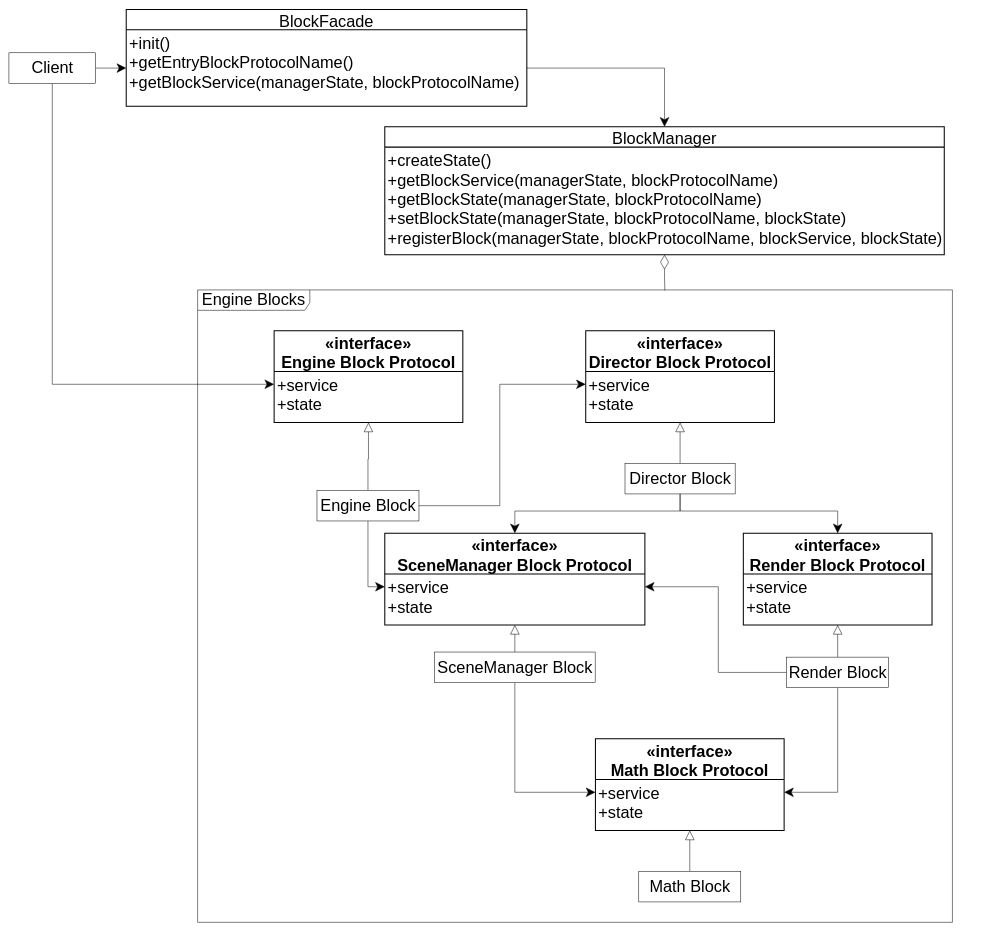
yyc-git/3DProgramPattern keeps this draw.io diagram as packages/积木模式/story_improve/UML.drawio. Above is the earlier version. Source tidied: cells renumbered, new cells numbered last; positions are measured from the earlier drawing's top-left corner, leaving out a move shared by most shapes. Both pictures are drawn from the tidied source at 51%, with x=0, y=0 at pixel (9, 9).
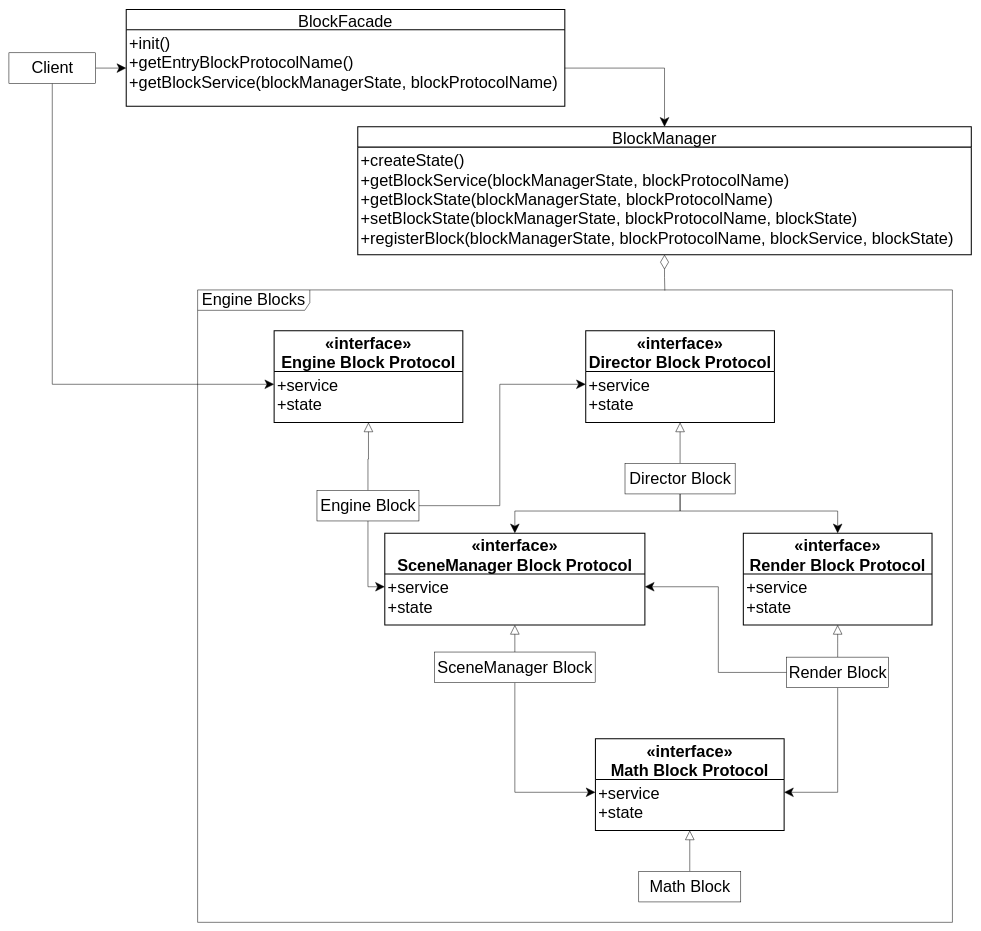
The same diagram, later.

The edit, as a diff of the source:
```diff
@@
     <mxCell id="10" value="BlockManager" style="swimlane;horizontal=1;startSize=40;rounded=0;fontSize=32;fontStyle=0;strokeWidth=2;shadow=0;dashed=0;align=center;" parent="1" vertex="1">
-      <mxGeometry x="737" y="230" width="1097" height="251" as="geometry" />
+      <mxGeometry x="684" y="230" width="1203" height="251" as="geometry" />
     </mxCell>
-    <mxCell id="11" value="+createState()&#10;+getBlockService(managerState, blockProtocolName)&#10;+getBlockState(managerState, blockProtocolName)&#10;+setBlockState(managerState, blockProtocolName, blockState)&#10;+registerBlock(managerState, blockProtocolName, blockService, blockState)" style="align=left;strokeColor=none;fillColor=none;spacingLeft=4;fontSize=32;verticalAlign=top;" parent="10" vertex="1">
-      <mxGeometry y="40" width="1097" height="211" as="geometry" />
+    <mxCell id="11" value="+createState()&#10;+getBlockService(blockManagerState, blockProtocolName)&#10;+getBlockState(blockManagerState, blockProtocolName)&#10;+setBlockState(blockManagerState, blockProtocolName, blockState)&#10;+registerBlock(blockManagerState, blockProtocolName, blockService, blockState)" style="align=left;strokeColor=none;fillColor=none;spacingLeft=4;fontSize=32;verticalAlign=top;" parent="10" vertex="1">
+      <mxGeometry y="40" width="1203" height="211" as="geometry" />
     </mxCell>
@@
     <mxCell id="36" value="BlockFacade" style="swimlane;horizontal=1;startSize=40;rounded=0;fontSize=32;fontStyle=0;strokeWidth=2;shadow=0;dashed=0;align=center;" parent="1" vertex="1">
-      <mxGeometry x="230" width="785.5" height="190" as="geometry" />
+      <mxGeometry x="230" width="860" height="190" as="geometry" />
     </mxCell>
-    <mxCell id="37" value="+init()&#10;+getEntryBlockProtocolName()&#10;+getBlockService(managerState, blockProtocolName)&#10;" style="align=left;strokeColor=none;fillColor=none;spacingLeft=4;fontSize=32;verticalAlign=top;" parent="36" vertex="1">
-      <mxGeometry y="40" width="785.5" height="150" as="geometry" />
+    <mxCell id="37" value="+init()&#10;+getEntryBlockProtocolName()&#10;+getBlockService(blockManagerState, blockProtocolName)&#10;" style="align=left;strokeColor=none;fillColor=none;spacingLeft=4;fontSize=32;verticalAlign=top;" parent="36" vertex="1">
+      <mxGeometry y="40" width="860" height="150" as="geometry" />
     </mxCell>
```
